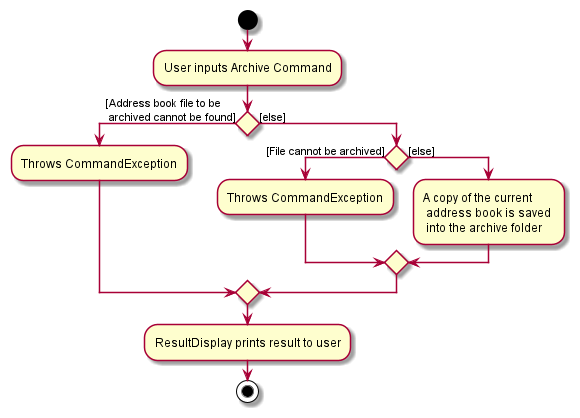
Above: docs/images/ArchiveFeatureActivityDiagram.png in nus-cs2103-AY2122S2/tp (PlantUML), before the change. Its diagram source:
```plantuml
@startuml

start

:User inputs Archive Command;

If () then ([Address book file to be \n archived cannot be found])
    :Throws CommandException;

    else ([else])


    If () then ([File cannot be archived])
    :Throws CommandException;

    else ([else])
        :A copy of the current \n address book is saved \n into the archive folder;
        endif
    endif
    :ResultDisplay prints result to user;
stop

@enduml
```
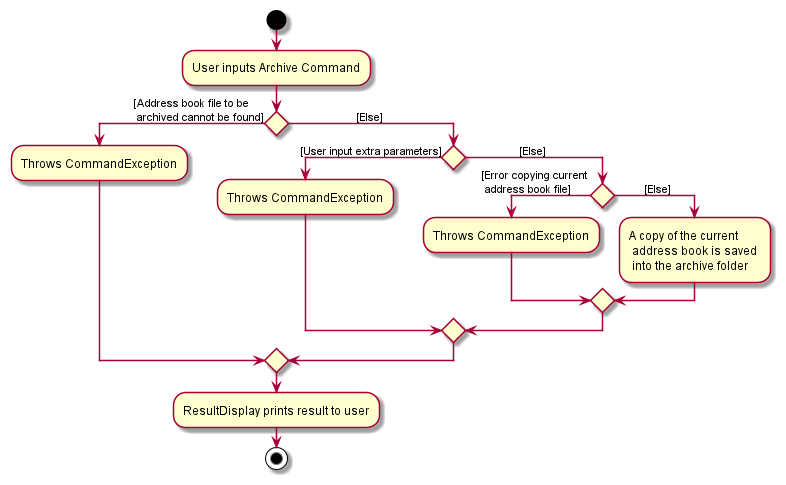
After the change.

The edit, as a diff of the source:
```diff
@@ -7,15 +7,20 @@
 If () then ([Address book file to be \n archived cannot be found])
     :Throws CommandException;
 
-    else ([else])
+    else (                       [Else])
 
-
-    If () then ([File cannot be archived])
+    if () then ([User input extra parameters])
     :Throws CommandException;
 
-    else ([else])
+    else (                  [Else])
+
+    If () then ([Error copying current \n address book file])
+    :Throws CommandException;
+
+    else (          [Else])
         :A copy of the current \n address book is saved \n into the archive folder;
         endif
+    endif
     endif
     :ResultDisplay prints result to user;
 stop
```
